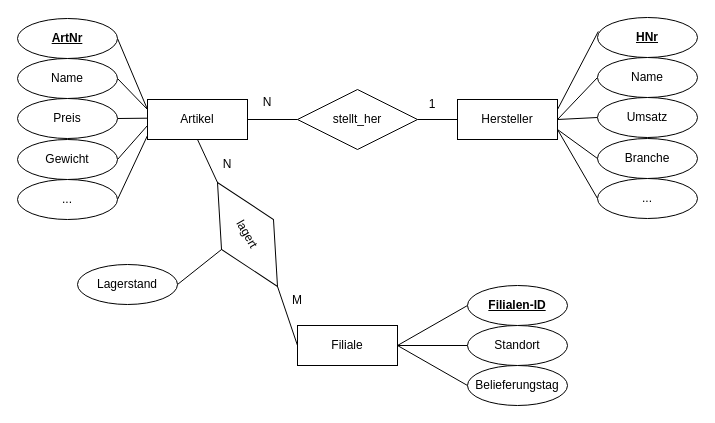
klemensdanner/ObsiGit keeps this draw.io diagram as Datenbanksysteme/Übung/UE01/UE01_03_DEM1.drawio. Above is the earlier version. Source tidied: cells renumbered, new cells numbered last; positions are measured from the earlier drawing's top-left corner, leaving out a move shared by most shapes. Both pictures are drawn from the tidied source at 100%, with x=0, y=0 at pixel (17, 17).
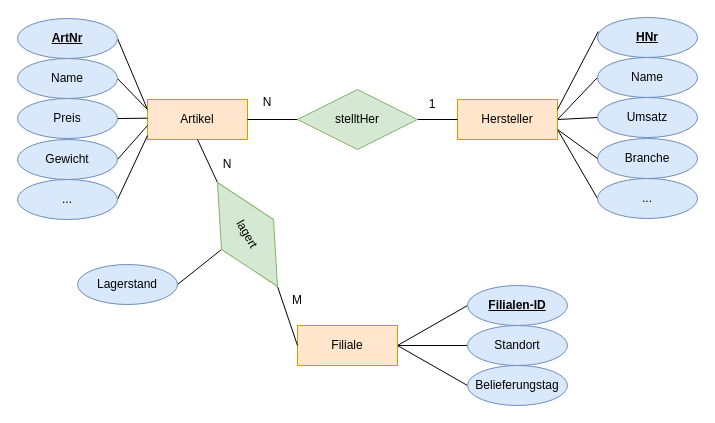
The same diagram, later.

What changed in the source:
```diff
@@
-    <mxCell id="3" value="Artikel" style="whiteSpace=wrap;html=1;align=center;" parent="1" vertex="1">
+    <mxCell id="3" value="Artikel" style="whiteSpace=wrap;html=1;align=center;fillColor=#ffe6cc;strokeColor=#d79b00;" parent="1" vertex="1">
       <mxGeometry x="130" y="82" width="100" height="40" as="geometry" />
     </mxCell>
@@
-    <mxCell id="7" value="Hersteller" style="whiteSpace=wrap;html=1;align=center;" parent="1" vertex="1">
+    <mxCell id="7" value="Hersteller" style="whiteSpace=wrap;html=1;align=center;fillColor=#ffe6cc;strokeColor=#d79b00;" parent="1" vertex="1">
       <mxGeometry x="440" y="82" width="100" height="40" as="geometry" />
     </mxCell>
@@
-    <mxCell id="10" value="stellt_her" style="shape=rhombus;double=0;perimeter=rhombusPerimeter;whiteSpace=wrap;html=1;align=center;fillColor=default;strokeColor=default;" parent="1" vertex="1">
+    <mxCell id="10" value="stelltHer" style="shape=rhombus;double=0;perimeter=rhombusPerimeter;whiteSpace=wrap;html=1;align=center;fillColor=#d5e8d4;strokeColor=#82b366;" parent="1" vertex="1">
       <mxGeometry x="280" y="72" width="120" height="60" as="geometry" />
     </mxCell>
-    <mxCell id="11" value="HNr" style="ellipse;whiteSpace=wrap;align=center;fontStyle=5;" parent="1" vertex="1">
+    <mxCell id="11" value="HNr" style="ellipse;whiteSpace=wrap;align=center;fontStyle=5;fillColor=#dae8fc;strokeColor=#6c8ebf;" parent="1" vertex="1">
       <mxGeometry x="580" width="100" height="40" as="geometry" />
     </mxCell>
-    <mxCell id="12" value="Name" style="ellipse;align=center;whiteSpace=wrap;" parent="1" vertex="1">
+    <mxCell id="12" value="Name" style="ellipse;align=center;whiteSpace=wrap;fillColor=#dae8fc;strokeColor=#6c8ebf;" parent="1" vertex="1">
       <mxGeometry x="580" y="40" width="100" height="40" as="geometry" />
     </mxCell>
-    <mxCell id="13" value="Umsatz" style="ellipse;whiteSpace=wrap;align=center;" parent="1" vertex="1">
+    <mxCell id="13" value="Umsatz" style="ellipse;whiteSpace=wrap;align=center;fillColor=#dae8fc;strokeColor=#6c8ebf;" parent="1" vertex="1">
       <mxGeometry x="580" y="80" width="100" height="40" as="geometry" />
     </mxCell>
-    <mxCell id="14" value="Branche" style="ellipse;whiteSpace=wrap;align=center;" parent="1" vertex="1">
+    <mxCell id="14" value="Branche" style="ellipse;whiteSpace=wrap;align=center;fillColor=#dae8fc;strokeColor=#6c8ebf;" parent="1" vertex="1">
       <mxGeometry x="580" y="121" width="100" height="40" as="geometry" />
     </mxCell>
-    <mxCell id="15" value="..." style="ellipse;whiteSpace=wrap;align=center;" parent="1" vertex="1">
+    <mxCell id="15" value="..." style="ellipse;whiteSpace=wrap;align=center;fillColor=#dae8fc;strokeColor=#6c8ebf;" parent="1" vertex="1">
       <mxGeometry x="580" y="161" width="100" height="40" as="geometry" />
     </mxCell>
-    <mxCell id="16" value="ArtNr" style="ellipse;whiteSpace=wrap;align=center;fontStyle=5;" parent="1" vertex="1">
+    <mxCell id="16" value="ArtNr" style="ellipse;whiteSpace=wrap;align=center;fontStyle=5;fillColor=#dae8fc;strokeColor=#6c8ebf;" parent="1" vertex="1">
       <mxGeometry y="1" width="100" height="40" as="geometry" />
     </mxCell>
@@
-    <mxCell id="18" value="Name" style="ellipse;whiteSpace=wrap;align=center;" parent="1" vertex="1">
+    <mxCell id="18" value="Name" style="ellipse;whiteSpace=wrap;align=center;fillColor=#dae8fc;strokeColor=#6c8ebf;" parent="1" vertex="1">
       <mxGeometry y="41" width="100" height="40" as="geometry" />
     </mxCell>
@@
-    <mxCell id="20" value="Preis" style="ellipse;whiteSpace=wrap;align=center;" parent="1" vertex="1">
+    <mxCell id="20" value="Preis" style="ellipse;whiteSpace=wrap;align=center;fillColor=#dae8fc;strokeColor=#6c8ebf;" parent="1" vertex="1">
       <mxGeometry y="81" width="100" height="40" as="geometry" />
     </mxCell>
@@
-    <mxCell id="22" value="Gewicht" style="ellipse;whiteSpace=wrap;align=center;" parent="1" vertex="1">
+    <mxCell id="22" value="Gewicht" style="ellipse;whiteSpace=wrap;align=center;fillColor=#dae8fc;strokeColor=#6c8ebf;" parent="1" vertex="1">
       <mxGeometry y="122" width="100" height="40" as="geometry" />
     </mxCell>
@@
-    <mxCell id="24" value="..." style="ellipse;whiteSpace=wrap;align=center;" parent="1" vertex="1">
+    <mxCell id="24" value="..." style="ellipse;whiteSpace=wrap;align=center;fillColor=#dae8fc;strokeColor=#6c8ebf;" parent="1" vertex="1">
       <mxGeometry y="162" width="100" height="40" as="geometry" />
     </mxCell>
@@
-    <mxCell id="32" value="Filiale" style="whiteSpace=wrap;html=1;align=center;" parent="1" vertex="1">
+    <mxCell id="32" value="Filiale" style="whiteSpace=wrap;html=1;align=center;fillColor=#ffe6cc;strokeColor=#d79b00;" parent="1" vertex="1">
       <mxGeometry x="280" y="308" width="100" height="40" as="geometry" />
     </mxCell>
-    <mxCell id="33" value="Standort" style="ellipse;whiteSpace=wrap;align=center;" parent="1" vertex="1">
+    <mxCell id="33" value="Standort" style="ellipse;whiteSpace=wrap;align=center;fillColor=#dae8fc;strokeColor=#6c8ebf;" parent="1" vertex="1">
       <mxGeometry x="450" y="308" width="100" height="40" as="geometry" />
     </mxCell>
-    <mxCell id="34" value="Belieferungstag" style="ellipse;whiteSpace=wrap;align=center;" parent="1" vertex="1">
+    <mxCell id="34" value="Belieferungstag" style="ellipse;whiteSpace=wrap;align=center;fillColor=#dae8fc;strokeColor=#6c8ebf;" parent="1" vertex="1">
       <mxGeometry x="450" y="348" width="100" height="40" as="geometry" />
     </mxCell>
-    <mxCell id="35" value="Filialen-ID" style="ellipse;whiteSpace=wrap;align=center;fontStyle=5;" parent="1" vertex="1">
+    <mxCell id="35" value="Filialen-ID" style="ellipse;whiteSpace=wrap;align=center;fontStyle=5;fillColor=#dae8fc;strokeColor=#6c8ebf;" parent="1" vertex="1">
       <mxGeometry x="450" y="268" width="100" height="40" as="geometry" />
     </mxCell>
@@
-    <mxCell id="39" value="lagert" style="shape=rhombus;double=0;perimeter=rhombusPerimeter;whiteSpace=wrap;html=1;align=center;rotation=60;fillColor=default;strokeColor=default;" parent="1" vertex="1">
+    <mxCell id="39" value="lagert" style="shape=rhombus;double=0;perimeter=rhombusPerimeter;whiteSpace=wrap;html=1;align=center;rotation=60;fillColor=#d5e8d4;strokeColor=#82b366;" parent="1" vertex="1">
       <mxGeometry x="170" y="187" width="120" height="60" as="geometry" />
     </mxCell>
@@
-    <mxCell id="42" value="Lagerstand" style="ellipse;whiteSpace=wrap;align=center;" parent="1" vertex="1">
+    <mxCell id="42" value="Lagerstand" style="ellipse;whiteSpace=wrap;align=center;fillColor=#dae8fc;strokeColor=#6c8ebf;" parent="1" vertex="1">
       <mxGeometry x="60" y="247" width="100" height="40" as="geometry" />
     </mxCell>
```
